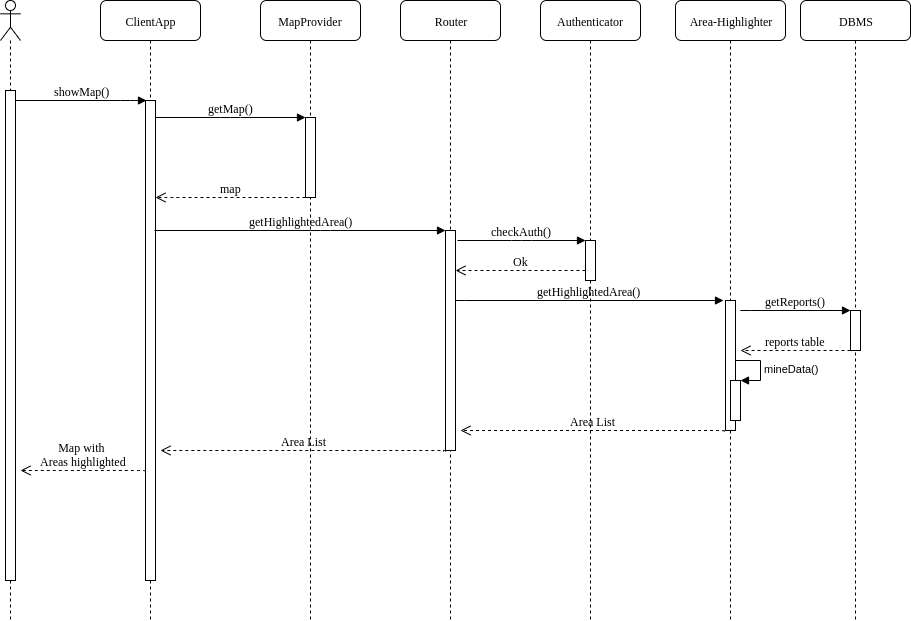
f3d0ss/CazzolaDotti-se2 keeps this draw.io diagram as DD/images/area-highlight-sequence.png. Above is the earlier version. Source tidied: cells renumbered, new cells last; positions are measured from the earlier drawing's top-left corner, leaving out a move shared by most shapes.
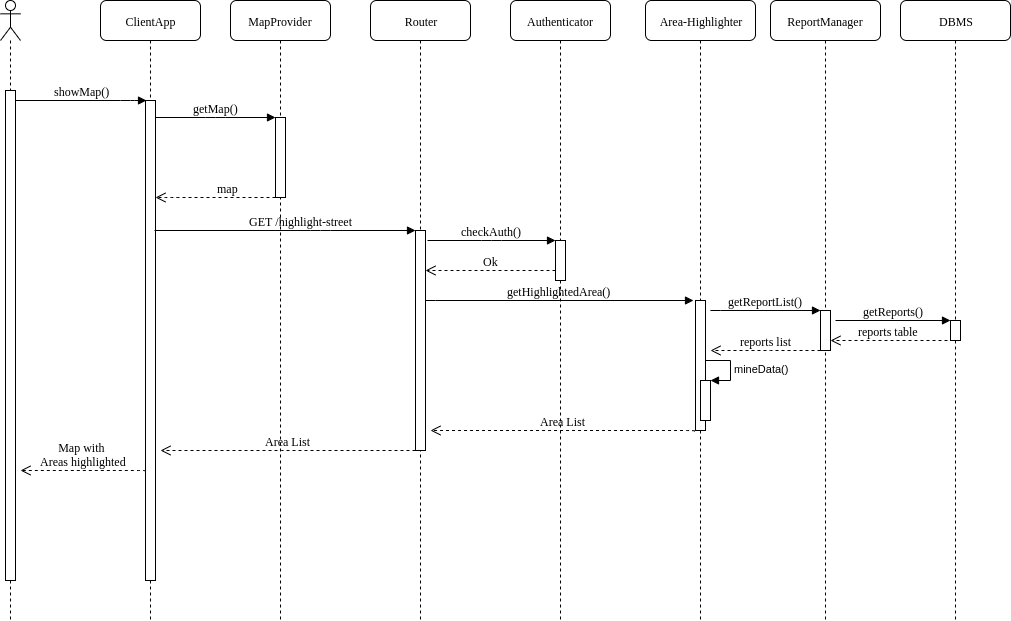
The same diagram one commit later.

What changed in the source:
```diff
@@ -2,15 +2,15 @@
   <root>
     <mxCell id="0" />
     <mxCell id="1" parent="0" />
+    <mxCell id="4" value="MapProvider" style="shape=umlLifeline;perimeter=lifelinePerimeter;whiteSpace=wrap;html=1;rounded=1;shadow=0;comic=0;labelBackgroundColor=none;strokeWidth=1;fontFamily=Verdana;fontSize=12;align=center;" parent="1" vertex="1">
+      <mxGeometry x="289" width="100" height="620" as="geometry" />
+    </mxCell>
     <mxCell id="2" value="ClientApp" style="shape=umlLifeline;perimeter=lifelinePerimeter;whiteSpace=wrap;html=1;rounded=1;shadow=0;comic=0;labelBackgroundColor=none;strokeWidth=1;fontFamily=Verdana;fontSize=12;align=center;" parent="1" vertex="1">
-      <mxGeometry x="129" width="100" height="620" as="geometry" />
+      <mxGeometry x="159" width="100" height="620" as="geometry" />
     </mxCell>
     <mxCell id="3" style="html=1;points=[];perimeter=orthogonalPerimeter;rounded=0;shadow=0;comic=0;labelBackgroundColor=none;strokeWidth=1;fontFamily=Verdana;fontSize=12;align=center;" parent="2" vertex="1">
       <mxGeometry x="45" y="100" width="10" height="480" as="geometry" />
     </mxCell>
-    <mxCell id="4" value="MapProvider" style="shape=umlLifeline;perimeter=lifelinePerimeter;whiteSpace=wrap;html=1;rounded=1;shadow=0;comic=0;labelBackgroundColor=none;strokeWidth=1;fontFamily=Verdana;fontSize=12;align=center;" parent="1" vertex="1">
-      <mxGeometry x="289" width="100" height="620" as="geometry" />
-    </mxCell>
     <mxCell id="5" value="Authenticator" style="shape=umlLifeline;perimeter=lifelinePerimeter;whiteSpace=wrap;html=1;rounded=1;shadow=0;comic=0;labelBackgroundColor=none;strokeWidth=1;fontFamily=Verdana;fontSize=12;align=center;" parent="1" vertex="1">
       <mxGeometry x="569" width="100" height="620" as="geometry" />
     </mxCell>
@@ -40,29 +40,29 @@
     <mxCell id="11" value="showMap()" style="html=1;verticalAlign=bottom;endArrow=block;labelBackgroundColor=none;fontFamily=Verdana;fontSize=12;edgeStyle=elbowEdgeStyle;elbow=vertical;shadow=0;comic=0;entryX=0.058;entryY=0;entryDx=0;entryDy=0;entryPerimeter=0;" parent="1" edge="1" source="14" target="3">
       <mxGeometry relative="1" as="geometry">
         <Array as="points">
-          <mxPoint x="159" y="100" />
-          <mxPoint x="169" y="100" />
+          <mxPoint x="189" y="100" />
+          <mxPoint x="199" y="100" />
         </Array>
       </mxGeometry>
     </mxCell>
     <mxCell id="12" value="getMap()" style="html=1;verticalAlign=bottom;endArrow=block;entryX=0;entryY=0;labelBackgroundColor=none;fontFamily=Verdana;fontSize=12;edgeStyle=elbowEdgeStyle;elbow=vertical;" parent="1" edge="1" target="17">
       <mxGeometry relative="1" as="geometry">
-        <mxPoint x="184" y="117" as="sourcePoint" />
+        <mxPoint x="214" y="117" as="sourcePoint" />
       </mxGeometry>
     </mxCell>
     <mxCell id="13" style="shape=umlLifeline;participant=umlActor;perimeter=lifelinePerimeter;whiteSpace=wrap;html=1;verticalAlign=top;spacingTop=36;labelBackgroundColor=#ffffff;" parent="1" vertex="1">
-      <mxGeometry x="29" width="20" height="620" as="geometry" />
+      <mxGeometry x="59" width="20" height="620" as="geometry" />
     </mxCell>
     <mxCell id="14" style="html=1;points=[];perimeter=orthogonalPerimeter;rounded=0;shadow=0;comic=0;labelBackgroundColor=none;strokeWidth=1;fontFamily=Verdana;fontSize=12;align=center;" parent="13" vertex="1">
       <mxGeometry x="5" y="90" width="10" height="490" as="geometry" />
     </mxCell>
     <mxCell id="15" style="html=1;verticalAlign=bottom;endArrow=open;dashed=1;endSize=8;labelBackgroundColor=none;fontFamily=Verdana;fontSize=12;edgeStyle=elbowEdgeStyle;elbow=vertical;exitX=-0.039;exitY=0.995;exitDx=0;exitDy=0;exitPerimeter=0;" parent="1" edge="1" source="17">
       <mxGeometry relative="1" as="geometry">
-        <mxPoint x="184" y="197" as="targetPoint" />
+        <mxPoint x="214" y="197" as="targetPoint" />
         <Array as="points">
-          <mxPoint x="199" y="197" />
-          <mxPoint x="264" y="197.5" />
+          <mxPoint x="229" y="197" />
           <mxPoint x="294" y="197.5" />
+          <mxPoint x="324" y="197.5" />
         </Array>
       </mxGeometry>
     </mxCell>
@@ -91,14 +91,6 @@
         </Array>
       </mxGeometry>
     </mxCell>
-    <mxCell id="22" value="getHighlightedArea()" style="html=1;verticalAlign=bottom;endArrow=block;labelBackgroundColor=none;fontFamily=Verdana;fontSize=12;edgeStyle=elbowEdgeStyle;elbow=vertical;" parent="1" edge="1" target="7">
-      <mxGeometry relative="1" as="geometry">
-        <mxPoint x="183" y="230" as="sourcePoint" />
-        <Array as="points">
-          <mxPoint x="349" y="230" />
-        </Array>
-      </mxGeometry>
-    </mxCell>
     <mxCell id="23" value="getHighlightedArea()" style="html=1;verticalAlign=bottom;endArrow=block;labelBackgroundColor=none;fontFamily=Verdana;fontSize=12;edgeStyle=elbowEdgeStyle;elbow=vertical;exitX=0.92;exitY=0.422;exitDx=0;exitDy=0;exitPerimeter=0;" parent="1" edge="1">
       <mxGeometry relative="1" as="geometry">
         <mxPoint x="484" y="300.3" as="sourcePoint" />
@@ -122,12 +114,12 @@
       </mxGeometry>
     </mxCell>
     <mxCell id="25" value="DBMS" style="shape=umlLifeline;perimeter=lifelinePerimeter;whiteSpace=wrap;html=1;rounded=1;shadow=0;comic=0;labelBackgroundColor=none;strokeWidth=1;fontFamily=Verdana;fontSize=12;align=center;" parent="1" vertex="1">
-      <mxGeometry x="829" width="110" height="620" as="geometry" />
+      <mxGeometry x="959" width="110" height="620" as="geometry" />
     </mxCell>
     <mxCell id="26" style="html=1;perimeter=orthogonalPerimeter;" parent="25" vertex="1">
-      <mxGeometry x="50" y="310" width="10" height="40" as="geometry" />
+      <mxGeometry x="50" y="320" width="10" height="20" as="geometry" />
     </mxCell>
-    <mxCell id="27" value="getReports()" style="html=1;verticalAlign=bottom;endArrow=block;labelBackgroundColor=none;fontFamily=Verdana;fontSize=12;edgeStyle=elbowEdgeStyle;elbow=vertical;exitX=0.92;exitY=0.422;exitDx=0;exitDy=0;exitPerimeter=0;" parent="1" edge="1">
+    <mxCell id="27" value="getReportList()" style="html=1;verticalAlign=bottom;endArrow=block;labelBackgroundColor=none;fontFamily=Verdana;fontSize=12;edgeStyle=elbowEdgeStyle;elbow=vertical;exitX=0.92;exitY=0.422;exitDx=0;exitDy=0;exitPerimeter=0;" parent="1" edge="1">
       <mxGeometry relative="1" as="geometry">
         <mxPoint x="769" y="310.3" as="sourcePoint" />
         <mxPoint x="879" y="310" as="targetPoint" />
@@ -136,7 +128,7 @@
         </Array>
       </mxGeometry>
     </mxCell>
-    <mxCell id="28" value="reports table" style="html=1;verticalAlign=bottom;endArrow=open;dashed=1;endSize=8;labelBackgroundColor=none;fontFamily=Verdana;fontSize=12;edgeStyle=elbowEdgeStyle;elbow=vertical;" parent="1" edge="1">
+    <mxCell id="28" value="reports list" style="html=1;verticalAlign=bottom;endArrow=open;dashed=1;endSize=8;labelBackgroundColor=none;fontFamily=Verdana;fontSize=12;edgeStyle=elbowEdgeStyle;elbow=vertical;" parent="1" edge="1">
       <mxGeometry relative="1" as="geometry">
         <mxPoint x="879" y="350" as="sourcePoint" />
         <mxPoint x="769" y="350" as="targetPoint" />
@@ -148,33 +140,66 @@
         </Array>
       </mxGeometry>
     </mxCell>
-    <mxCell id="29" value="Area List" style="html=1;verticalAlign=bottom;endArrow=open;dashed=1;endSize=8;labelBackgroundColor=none;fontFamily=Verdana;fontSize=12;edgeStyle=elbowEdgeStyle;elbow=vertical;exitX=-0.118;exitY=1.006;exitDx=0;exitDy=0;exitPerimeter=0;" parent="1" edge="1">
+    <mxCell id="29" value="Area List" style="html=1;verticalAlign=bottom;endArrow=open;dashed=1;endSize=8;labelBackgroundColor=none;fontFamily=Verdana;fontSize=12;edgeStyle=elbowEdgeStyle;elbow=vertical;" parent="1" edge="1">
       <mxGeometry relative="1" as="geometry">
-        <mxPoint x="474.2" y="451.2" as="sourcePoint" />
-        <mxPoint x="189" y="450" as="targetPoint" />
+        <mxPoint x="474" y="450" as="sourcePoint" />
+        <mxPoint x="219" y="450" as="targetPoint" />
         <Array as="points">
-          <mxPoint x="300.5" y="450" />
-          <mxPoint x="300.5" y="441" />
-          <mxPoint x="465" y="380" />
-          <mxPoint x="345" y="380" />
-          <mxPoint x="410" y="380.5" />
+          <mxPoint x="330.5" y="450" />
+          <mxPoint x="330.5" y="441" />
+          <mxPoint x="495" y="380" />
+          <mxPoint x="375" y="380" />
           <mxPoint x="440" y="380.5" />
+          <mxPoint x="470" y="380.5" />
         </Array>
       </mxGeometry>
     </mxCell>
     <mxCell id="30" value="Map with &lt;br&gt;Areas highlighted" style="html=1;verticalAlign=bottom;endArrow=open;dashed=1;endSize=8;labelBackgroundColor=none;fontFamily=Verdana;fontSize=12;edgeStyle=elbowEdgeStyle;elbow=vertical;exitX=-0.118;exitY=1.006;exitDx=0;exitDy=0;exitPerimeter=0;" parent="1" edge="1">
       <mxGeometry relative="1" as="geometry">
-        <mxPoint x="173.7" y="471.2" as="sourcePoint" />
-        <mxPoint x="49" y="470" as="targetPoint" />
+        <mxPoint x="203.7" y="471.2" as="sourcePoint" />
+        <mxPoint x="79" y="470" as="targetPoint" />
         <Array as="points">
-          <mxPoint y="470" />
-          <mxPoint y="461" />
-          <mxPoint x="164.5" y="400" />
-          <mxPoint x="44.5" y="400" />
-          <mxPoint x="109.5" y="400.5" />
+          <mxPoint x="30" y="470" />
+          <mxPoint x="30" y="461" />
+          <mxPoint x="194.5" y="400" />
+          <mxPoint x="74.5" y="400" />
           <mxPoint x="139.5" y="400.5" />
+          <mxPoint x="169.5" y="400.5" />
         </Array>
       </mxGeometry>
     </mxCell>
+    <mxCell id="31" value="ReportManager" style="shape=umlLifeline;perimeter=lifelinePerimeter;whiteSpace=wrap;html=1;rounded=1;shadow=0;comic=0;labelBackgroundColor=none;strokeWidth=1;fontFamily=Verdana;fontSize=12;align=center;" parent="1" vertex="1">
+      <mxGeometry x="829" width="110" height="620" as="geometry" />
+    </mxCell>
+    <mxCell id="32" style="html=1;perimeter=orthogonalPerimeter;" parent="31" vertex="1">
+      <mxGeometry x="50" y="310" width="10" height="40" as="geometry" />
+    </mxCell>
+    <mxCell id="33" value="getReports()" style="html=1;verticalAlign=bottom;endArrow=block;labelBackgroundColor=none;fontFamily=Verdana;fontSize=12;edgeStyle=elbowEdgeStyle;elbow=vertical;" parent="1" edge="1">
+      <mxGeometry relative="1" as="geometry">
+        <mxPoint x="894" y="320" as="sourcePoint" />
+        <mxPoint x="1009" y="320" as="targetPoint" />
+      </mxGeometry>
+    </mxCell>
+    <mxCell id="34" value="reports table" style="html=1;verticalAlign=bottom;endArrow=open;dashed=1;endSize=8;labelBackgroundColor=none;fontFamily=Verdana;fontSize=12;edgeStyle=elbowEdgeStyle;elbow=vertical;" parent="1" edge="1">
+      <mxGeometry relative="1" as="geometry">
+        <mxPoint x="1006" y="340" as="sourcePoint" />
+        <mxPoint x="889" y="340" as="targetPoint" />
+        <Array as="points">
+          <mxPoint x="939" y="340" />
+          <mxPoint x="923.5" y="279" />
+          <mxPoint x="988.5" y="279.5" />
+          <mxPoint x="1018.5" y="279.5" />
+        </Array>
+      </mxGeometry>
+    </mxCell>
+    <mxCell id="22" value="GET /highlight-street" style="html=1;verticalAlign=bottom;endArrow=block;labelBackgroundColor=none;fontFamily=Verdana;fontSize=12;edgeStyle=elbowEdgeStyle;elbow=vertical;" parent="1" edge="1" target="7">
+      <mxGeometry x="0.27" y="-20" relative="1" as="geometry">
+        <mxPoint x="213" y="230" as="sourcePoint" />
+        <Array as="points">
+          <mxPoint x="379" y="230" />
+        </Array>
+        <mxPoint x="-20" y="-20" as="offset" />
+      </mxGeometry>
+    </mxCell>
   </root>
 </mxGraphModel>
```
